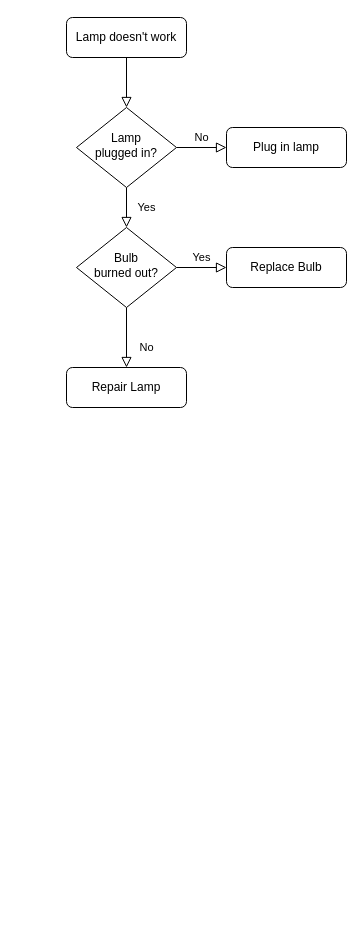
This is DOBOT_CR5_python_program.drawio from joriszuretti/python, a draw.io file, before an edit. Source tidied: cells renumbered, new cells numbered last; positions are measured from the earlier drawing's top-left corner, leaving out a move shared by most shapes. Both pictures are drawn from the tidied source at 100%, with x=0, y=0 at pixel (66, 17).
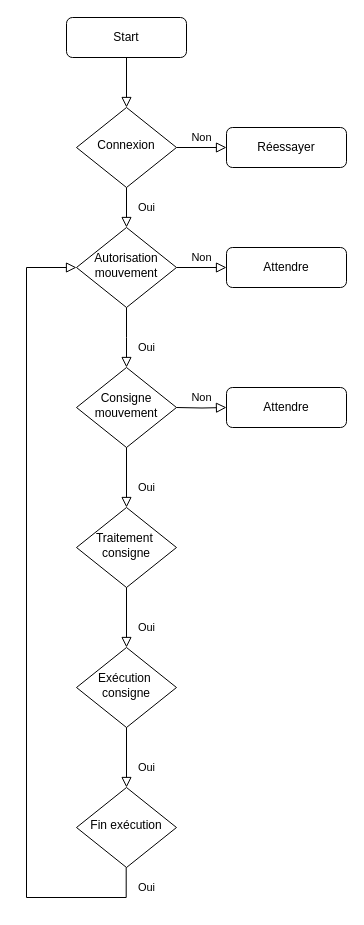
After the change.

The edit, as a diff of the source:
```diff
@@
-    <mxCell id="3" value="Lamp doesn't work" style="rounded=1;whiteSpace=wrap;html=1;fontSize=12;glass=0;strokeWidth=1;shadow=0;" parent="1" vertex="1">
+    <mxCell id="3" value="Start" style="rounded=1;whiteSpace=wrap;html=1;fontSize=12;glass=0;strokeWidth=1;shadow=0;" parent="1" vertex="1">
       <mxGeometry width="120" height="40" as="geometry" />
     </mxCell>
-    <mxCell id="4" value="Yes" style="rounded=0;html=1;jettySize=auto;fontSize=11;endArrow=block;endFill=0;endSize=8;strokeWidth=1;shadow=0;labelBackgroundColor=none;edgeStyle=orthogonalEdgeStyle;" parent="1" edge="1" source="6" target="10">
+    <mxCell id="4" value="Oui" style="rounded=0;html=1;jettySize=auto;fontSize=11;endArrow=block;endFill=0;endSize=8;strokeWidth=1;shadow=0;labelBackgroundColor=none;edgeStyle=orthogonalEdgeStyle;" parent="1" edge="1" source="6" target="10">
       <mxGeometry y="20" relative="1" as="geometry" />
     </mxCell>
-    <mxCell id="5" value="No" style="edgeStyle=orthogonalEdgeStyle;rounded=0;html=1;jettySize=auto;fontSize=11;endArrow=block;endFill=0;endSize=8;strokeWidth=1;shadow=0;labelBackgroundColor=none;" parent="1" edge="1" source="6" target="7">
+    <mxCell id="5" value="Non" style="edgeStyle=orthogonalEdgeStyle;rounded=0;html=1;jettySize=auto;fontSize=11;endArrow=block;endFill=0;endSize=8;strokeWidth=1;shadow=0;labelBackgroundColor=none;" parent="1" edge="1" source="6" target="7">
       <mxGeometry y="10" relative="1" as="geometry" />
     </mxCell>
-    <mxCell id="6" value="Lamp&lt;br&gt;plugged in?" style="rhombus;whiteSpace=wrap;html=1;shadow=0;fontFamily=Helvetica;fontSize=12;align=center;strokeWidth=1;spacing=6;spacingTop=-4;" parent="1" vertex="1">
+    <mxCell id="6" value="Connexion" style="rhombus;whiteSpace=wrap;html=1;shadow=0;fontFamily=Helvetica;fontSize=12;align=center;strokeWidth=1;spacing=6;spacingTop=-4;" parent="1" vertex="1">
       <mxGeometry x="10" y="90" width="100" height="80" as="geometry" />
     </mxCell>
-    <mxCell id="7" value="Plug in lamp" style="rounded=1;whiteSpace=wrap;html=1;fontSize=12;glass=0;strokeWidth=1;shadow=0;" parent="1" vertex="1">
+    <mxCell id="7" value="Réessayer" style="rounded=1;whiteSpace=wrap;html=1;fontSize=12;glass=0;strokeWidth=1;shadow=0;" parent="1" vertex="1">
       <mxGeometry x="160" y="110" width="120" height="40" as="geometry" />
     </mxCell>
-    <mxCell id="8" value="No" style="rounded=0;html=1;jettySize=auto;fontSize=11;endArrow=block;endFill=0;endSize=8;strokeWidth=1;shadow=0;labelBackgroundColor=none;edgeStyle=orthogonalEdgeStyle;" parent="1" edge="1" source="10" target="11">
-      <mxGeometry x="0.33" y="20" relative="1" as="geometry" />
+    <mxCell id="8" value="Oui" style="rounded=0;html=1;jettySize=auto;fontSize=11;endArrow=block;endFill=0;endSize=8;strokeWidth=1;shadow=0;labelBackgroundColor=none;edgeStyle=orthogonalEdgeStyle;" parent="1" edge="1" source="10">
+      <mxGeometry x="0.33" y="20" relative="1" as="geometry">
+        <mxPoint x="60" y="350" as="targetPoint" />
+      </mxGeometry>
     </mxCell>
-    <mxCell id="9" value="Yes" style="edgeStyle=orthogonalEdgeStyle;rounded=0;html=1;jettySize=auto;fontSize=11;endArrow=block;endFill=0;endSize=8;strokeWidth=1;shadow=0;labelBackgroundColor=none;" parent="1" edge="1" source="10" target="12">
+    <mxCell id="9" value="Non" style="edgeStyle=orthogonalEdgeStyle;rounded=0;html=1;jettySize=auto;fontSize=11;endArrow=block;endFill=0;endSize=8;strokeWidth=1;shadow=0;labelBackgroundColor=none;" parent="1" edge="1" source="10" target="12">
       <mxGeometry y="10" relative="1" as="geometry" />
     </mxCell>
-    <mxCell id="10" value="Bulb&lt;br&gt;burned out?" style="rhombus;whiteSpace=wrap;html=1;shadow=0;fontFamily=Helvetica;fontSize=12;align=center;strokeWidth=1;spacing=6;spacingTop=-4;" parent="1" vertex="1">
+    <mxCell id="10" value="Autorisation&lt;br&gt;mouvement" style="rhombus;whiteSpace=wrap;html=1;shadow=0;fontFamily=Helvetica;fontSize=12;align=center;strokeWidth=1;spacing=6;spacingTop=-4;" parent="1" vertex="1">
       <mxGeometry x="10" y="210" width="100" height="80" as="geometry" />
     </mxCell>
-    <mxCell id="11" value="Repair Lamp" style="rounded=1;whiteSpace=wrap;html=1;fontSize=12;glass=0;strokeWidth=1;shadow=0;" parent="1" vertex="1">
-      <mxGeometry y="350" width="120" height="40" as="geometry" />
-    </mxCell>
-    <mxCell id="12" value="Replace Bulb" style="rounded=1;whiteSpace=wrap;html=1;fontSize=12;glass=0;strokeWidth=1;shadow=0;" parent="1" vertex="1">
+    <mxCell id="12" value="Attendre" style="rounded=1;whiteSpace=wrap;html=1;fontSize=12;glass=0;strokeWidth=1;shadow=0;" parent="1" vertex="1">
       <mxGeometry x="160" y="230" width="120" height="40" as="geometry" />
     </mxCell>
+    <mxCell id="13" value="&lt;span&gt;Consigne mouvement&lt;/span&gt;" style="rhombus;whiteSpace=wrap;html=1;shadow=0;fontFamily=Helvetica;fontSize=12;align=center;strokeWidth=1;spacing=6;spacingTop=-4;" parent="1" vertex="1">
+      <mxGeometry x="10" y="350" width="100" height="80" as="geometry" />
+    </mxCell>
+    <mxCell id="14" value="Non" style="edgeStyle=orthogonalEdgeStyle;rounded=0;html=1;jettySize=auto;fontSize=11;endArrow=block;endFill=0;endSize=8;strokeWidth=1;shadow=0;labelBackgroundColor=none;" parent="1" edge="1" target="15">
+      <mxGeometry y="10" relative="1" as="geometry">
+        <mxPoint x="110" y="390" as="sourcePoint" />
+      </mxGeometry>
+    </mxCell>
+    <mxCell id="15" value="Attendre" style="rounded=1;whiteSpace=wrap;html=1;fontSize=12;glass=0;strokeWidth=1;shadow=0;" parent="1" vertex="1">
+      <mxGeometry x="160" y="370" width="120" height="40" as="geometry" />
+    </mxCell>
+    <mxCell id="16" value="Oui" style="rounded=0;html=1;jettySize=auto;orthogonalLoop=1;fontSize=11;endArrow=block;endFill=0;endSize=8;strokeWidth=1;shadow=0;labelBackgroundColor=none;edgeStyle=orthogonalEdgeStyle;" parent="1" edge="1">
+      <mxGeometry x="0.33" y="20" relative="1" as="geometry">
+        <mxPoint x="60" y="430" as="sourcePoint" />
+        <mxPoint x="60" y="490" as="targetPoint" />
+      </mxGeometry>
+    </mxCell>
+    <mxCell id="17" value="Traitement&amp;nbsp;&lt;br&gt;consigne" style="rhombus;whiteSpace=wrap;html=1;shadow=0;fontFamily=Helvetica;fontSize=12;align=center;strokeWidth=1;spacing=6;spacingTop=-4;" parent="1" vertex="1">
+      <mxGeometry x="10" y="490" width="100" height="80" as="geometry" />
+    </mxCell>
+    <mxCell id="18" value="Oui" style="rounded=0;html=1;jettySize=auto;orthogonalLoop=1;fontSize=11;endArrow=block;endFill=0;endSize=8;strokeWidth=1;shadow=0;labelBackgroundColor=none;edgeStyle=orthogonalEdgeStyle;" parent="1" edge="1">
+      <mxGeometry x="0.33" y="20" relative="1" as="geometry">
+        <mxPoint x="60" y="570" as="sourcePoint" />
+        <mxPoint x="60" y="630" as="targetPoint" />
+      </mxGeometry>
+    </mxCell>
+    <mxCell id="19" value="Exécution&amp;nbsp;&lt;br&gt;consigne" style="rhombus;whiteSpace=wrap;html=1;shadow=0;fontFamily=Helvetica;fontSize=12;align=center;strokeWidth=1;spacing=6;spacingTop=-4;" parent="1" vertex="1">
+      <mxGeometry x="10" y="630" width="100" height="80" as="geometry" />
+    </mxCell>
+    <mxCell id="20" value="Oui" style="rounded=0;html=1;jettySize=auto;orthogonalLoop=1;fontSize=11;endArrow=block;endFill=0;endSize=8;strokeWidth=1;shadow=0;labelBackgroundColor=none;edgeStyle=orthogonalEdgeStyle;" parent="1" edge="1">
+      <mxGeometry x="0.33" y="20" relative="1" as="geometry">
+        <mxPoint x="60" y="710" as="sourcePoint" />
+        <mxPoint x="60" y="770" as="targetPoint" />
+      </mxGeometry>
+    </mxCell>
+    <mxCell id="21" value="Fin exécution" style="rhombus;whiteSpace=wrap;html=1;shadow=0;fontFamily=Helvetica;fontSize=12;align=center;strokeWidth=1;spacing=6;spacingTop=-4;" parent="1" vertex="1">
+      <mxGeometry x="10" y="770" width="100" height="80" as="geometry" />
+    </mxCell>
+    <mxCell id="22" value="Oui" style="rounded=0;html=1;jettySize=auto;fontSize=11;endArrow=block;endFill=0;endSize=8;strokeWidth=1;shadow=0;labelBackgroundColor=none;edgeStyle=orthogonalEdgeStyle;entryX=0;entryY=0.5;entryDx=0;entryDy=0;" parent="1" edge="1" target="10">
+      <mxGeometry x="-0.95" y="20" relative="1" as="geometry">
+        <mxPoint x="59.7" y="850" as="sourcePoint" />
+        <Array as="points">
+          <mxPoint x="60" y="880" />
+          <mxPoint x="-40" y="880" />
+          <mxPoint x="-40" y="250" />
+        </Array>
+      </mxGeometry>
+    </mxCell>
```
